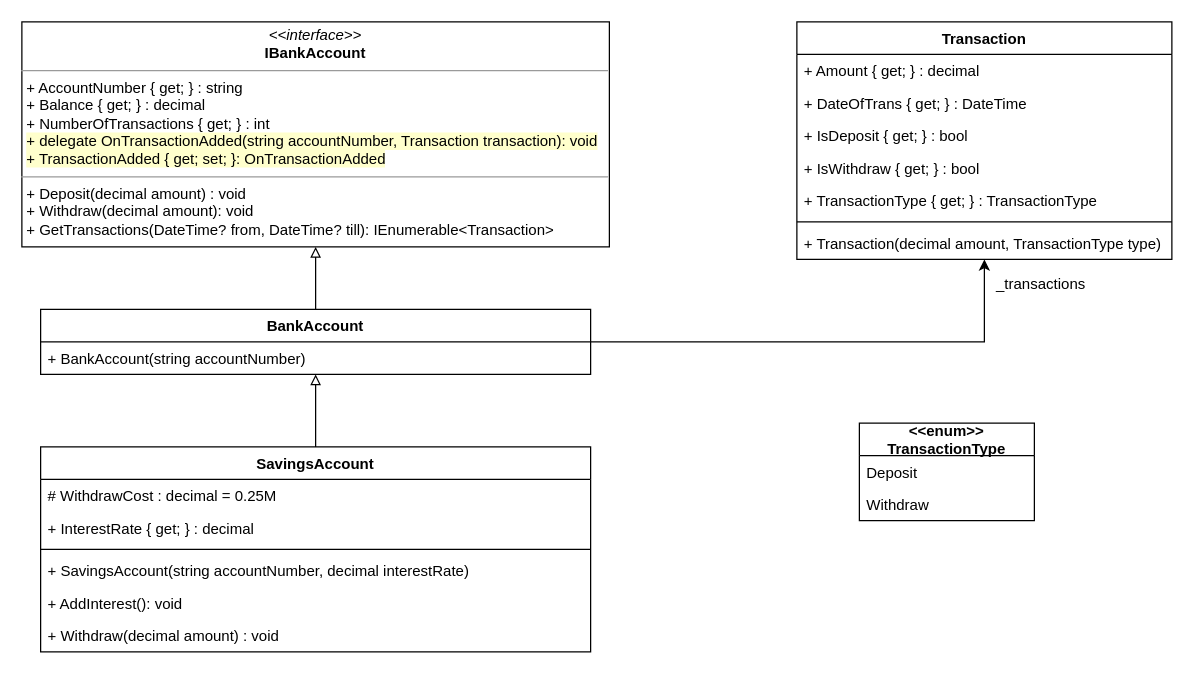
This is page "Example 5" (5 of 9) of chapters/03/banking.drawio from HOGENT-Web/csharp, a draw.io file, before an edit. Source tidied: cells renumbered, new cells numbered last; positions are measured from the earlier drawing's top-left corner, leaving out a move shared by most shapes. Both pictures are drawn from the tidied source at 125%, with x=0, y=0 at pixel (21, 21).
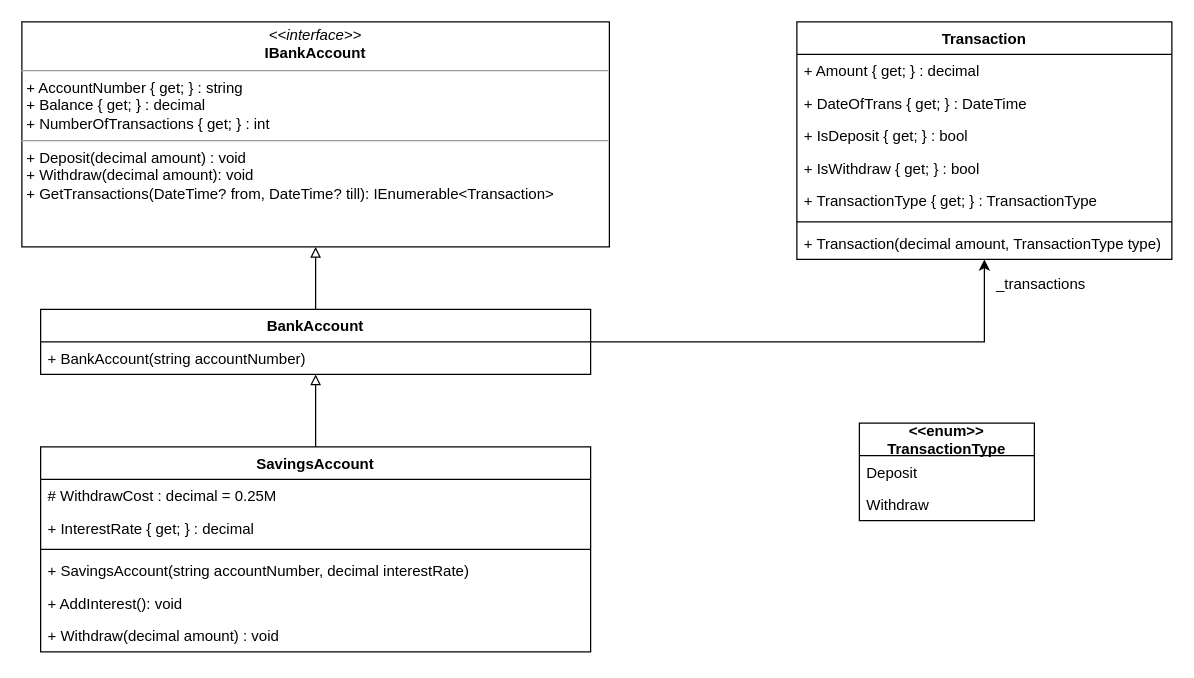
The same page after the edit.

What changed in the source:
```diff
@@
-    <mxCell id="26" value="&lt;p style=&quot;margin: 0px ; margin-top: 4px ; text-align: center&quot;&gt;&lt;i&gt;&amp;lt;&amp;lt;interface&amp;gt;&amp;gt;&lt;/i&gt;&lt;br&gt;&lt;b&gt;IBankAccount&lt;/b&gt;&lt;/p&gt;&lt;hr size=&quot;1&quot;&gt;&lt;p style=&quot;margin: 0px ; margin-left: 4px&quot;&gt;+ AccountNumber { get; } : string&lt;br&gt;+ Balance { get; } : decimal&lt;/p&gt;&lt;p style=&quot;margin: 0px ; margin-left: 4px&quot;&gt;+ NumberOfTransactions { get; } : int&lt;/p&gt;&lt;p style=&quot;margin: 0px ; margin-left: 4px&quot;&gt;&lt;span style=&quot;background-color: rgb(255 , 255 , 204)&quot;&gt;+ delegate OnTransactionAdded(string accountNumber, Transaction transaction): void&lt;/span&gt;&lt;/p&gt;&lt;p style=&quot;margin: 0px ; margin-left: 4px&quot;&gt;&lt;span style=&quot;background-color: rgb(255 , 255 , 204)&quot;&gt;+ TransactionAdded { get; set; }: OnTransactionAdded&lt;/span&gt;&lt;/p&gt;&lt;hr size=&quot;1&quot;&gt;&lt;p style=&quot;margin: 0px ; margin-left: 4px&quot;&gt;+ Deposit(decimal amount) : void&lt;/p&gt;&lt;p style=&quot;margin: 0px ; margin-left: 4px&quot;&gt;+ Withdraw(decimal amount): void&lt;br&gt;+ GetTransactions(DateTime? from, DateTime? till): IEnumerable&amp;lt;Transaction&amp;gt;&lt;br&gt;&lt;/p&gt;" style="verticalAlign=top;align=left;overflow=fill;fontSize=12;fontFamily=Helvetica;html=1;fillColor=none;" parent="1" vertex="1">
+    <mxCell id="26" value="&lt;p style=&quot;margin: 0px ; margin-top: 4px ; text-align: center&quot;&gt;&lt;i&gt;&amp;lt;&amp;lt;interface&amp;gt;&amp;gt;&lt;/i&gt;&lt;br&gt;&lt;b&gt;IBankAccount&lt;/b&gt;&lt;/p&gt;&lt;hr size=&quot;1&quot;&gt;&lt;p style=&quot;margin: 0px ; margin-left: 4px&quot;&gt;+ AccountNumber { get; } : string&lt;br&gt;+ Balance { get; } : decimal&lt;/p&gt;&lt;p style=&quot;margin: 0px ; margin-left: 4px&quot;&gt;+ NumberOfTransactions { get; } : int&lt;/p&gt;&lt;hr size=&quot;1&quot;&gt;&lt;p style=&quot;margin: 0px ; margin-left: 4px&quot;&gt;+ Deposit(decimal amount) : void&lt;/p&gt;&lt;p style=&quot;margin: 0px ; margin-left: 4px&quot;&gt;+ Withdraw(decimal amount): void&lt;br&gt;+ GetTransactions(DateTime? from, DateTime? till): IEnumerable&amp;lt;Transaction&amp;gt;&lt;br&gt;&lt;/p&gt;" style="verticalAlign=top;align=left;overflow=fill;fontSize=12;fontFamily=Helvetica;html=1;fillColor=none;" parent="1" vertex="1">
       <mxGeometry width="470" height="180" as="geometry" />
     </mxCell>
```
